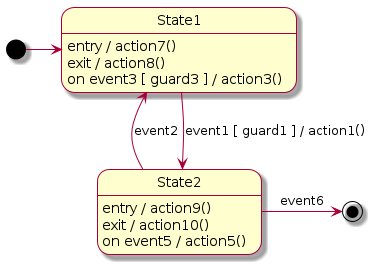
This is doc/Simple.png from Lecrapouille/PlantUMLStatecharts, a PlantUML export, as it was before one commit. Its diagram source:
```plantuml
@startuml
skin rose

[*] -> State1

State1 --> State2 : event1 [ guard1 ] / action1()
State1 <-- State2 : event2
State2 -> [*] : event6

State1 : entry / action7()
State1 : exit / action8()
State1 : on event3 [ guard3 ] / action3()

State2 : entry / action9()
State2 : exit / action10()
State2 : on event5 / action5()

@enduml
```
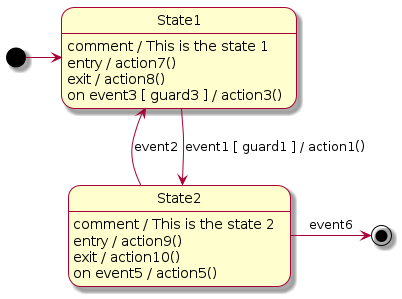
Above is the later version.

Change to the diagram source:
```diff
@@ -1,5 +1,10 @@
 @startuml
 skin rose
+
+
+
+
+
 
 [*] -> State1
 
@@ -7,10 +12,12 @@
 State1 <-- State2 : event2
 State2 -> [*] : event6
 
+State1 : comment / This is the state 1
 State1 : entry / action7()
 State1 : exit / action8()
 State1 : on event3 [ guard3 ] / action3()
 
+State2 : comment / This is the state 2
 State2 : entry / action9()
 State2 : exit / action10()
 State2 : on event5 / action5()
```
